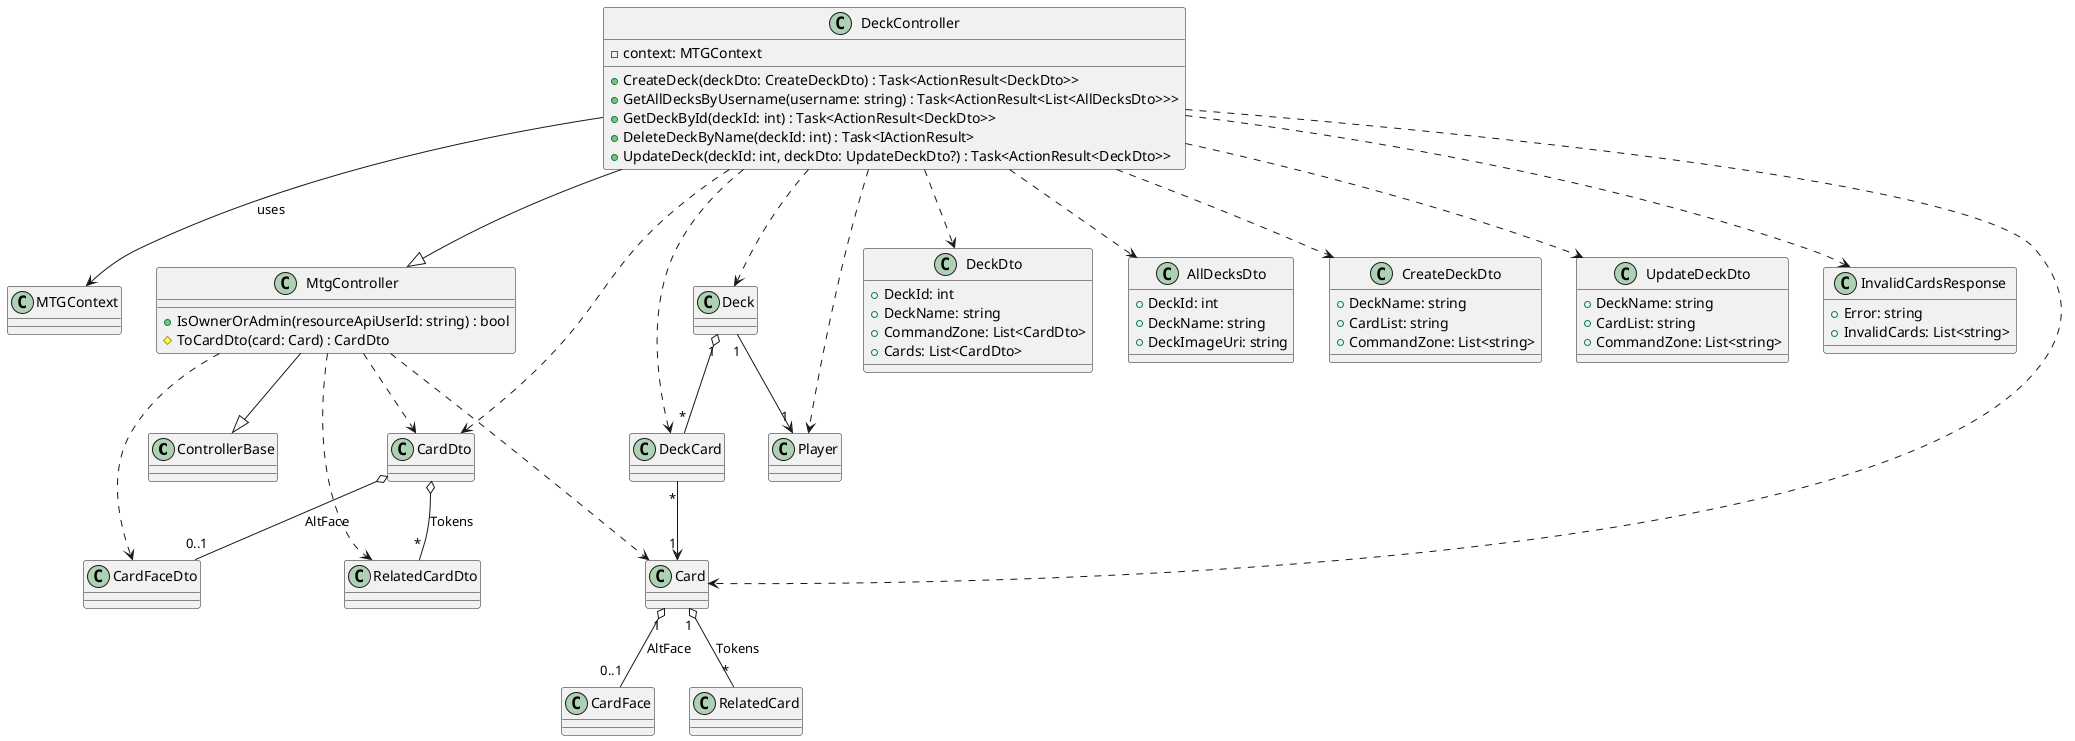
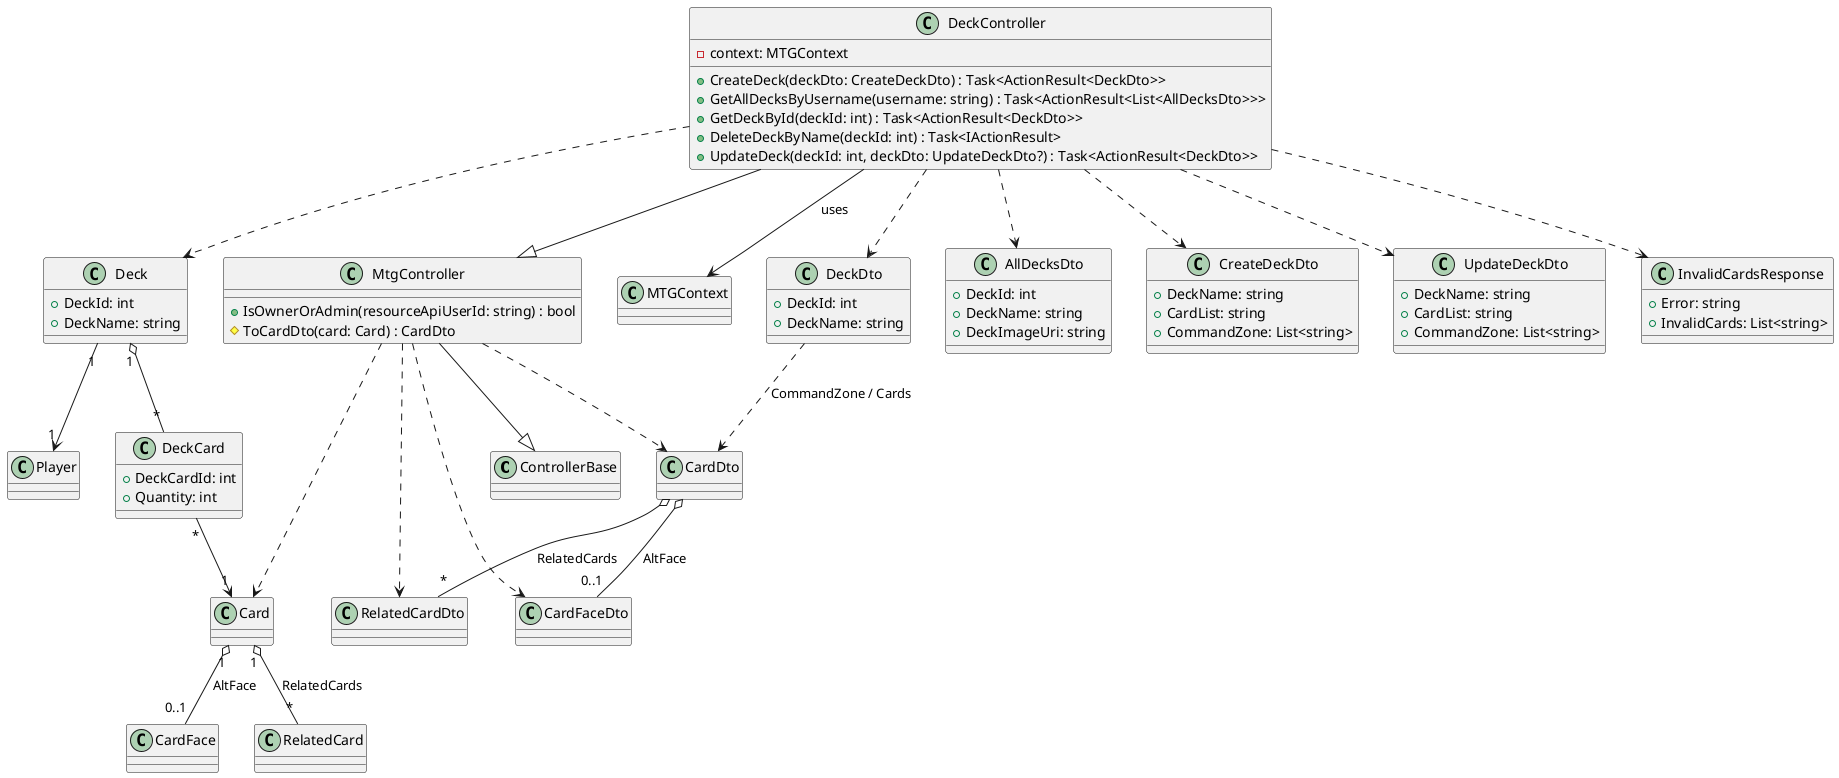
@startuml

class ControllerBase
- 
class MTGContext

class MtgController {
    + IsOwnerOrAdmin(resourceApiUserId: string) : bool
    # ToCardDto(card: Card) : CardDto
}

class DeckController {
    - context: MTGContext
- 
    + CreateDeck(deckDto: CreateDeckDto) : Task<ActionResult<DeckDto>>
    + GetAllDecksByUsername(username: string) : Task<ActionResult<List<AllDecksDto>>>
    + GetDeckById(deckId: int) : Task<ActionResult<DeckDto>>
    + DeleteDeckByName(deckId: int) : Task<IActionResult>
    + UpdateDeck(deckId: int, deckDto: UpdateDeckDto?) : Task<ActionResult<DeckDto>>
}

DeckController --|> MtgController
MtgController --|> ControllerBase
- 
DeckController --> MTGContext : uses

- class Deck
- class DeckCard
+ class Deck {
+     + DeckId: int
+     + DeckName: string
+ }
+ 
+ class DeckCard {
+     + DeckCardId: int
+     + Quantity: int
+ }
+ 
class Card
class Player
+ class CardFace
+ class RelatedCard

Deck "1" o-- "*" DeckCard
Deck "1" --> "1" Player
- 
DeckCard "*" --> "1" Card
- 
Card "1" o-- "0..1" CardFace : AltFace
- Card "1" o-- "*" RelatedCard : Tokens
+ Card "1" o-- "*" RelatedCard : RelatedCards

class DeckDto {
    + DeckId: int
    + DeckName: string
-     + CommandZone: List<CardDto>
-     + Cards: List<CardDto>
}

class AllDecksDto {
    + DeckId: int
    + DeckName: string
    + DeckImageUri: string
}

class CreateDeckDto {
    + DeckName: string
    + CardList: string
    + CommandZone: List<string>
}

class UpdateDeckDto {
    + DeckName: string
    + CardList: string
    + CommandZone: List<string>
}

class InvalidCardsResponse {
    + Error: string
    + InvalidCards: List<string>
}

class CardDto
class CardFaceDto
class RelatedCardDto

CardDto o-- "0..1" CardFaceDto : AltFace
- CardDto o-- "*" RelatedCardDto : Tokens
+ CardDto o-- "*" RelatedCardDto : RelatedCards
+ 
+ DeckDto ..> CardDto : CommandZone / Cards

DeckController ..> DeckDto
DeckController ..> AllDecksDto
DeckController ..> CreateDeckDto
DeckController ..> UpdateDeckDto
DeckController ..> InvalidCardsResponse

- DeckController ..> CardDto
- DeckController ..> Card
DeckController ..> Deck
- DeckController ..> DeckCard
- DeckController ..> Player

MtgController ..> Card
MtgController ..> CardDto
MtgController ..> CardFaceDto
MtgController ..> RelatedCardDto

@enduml